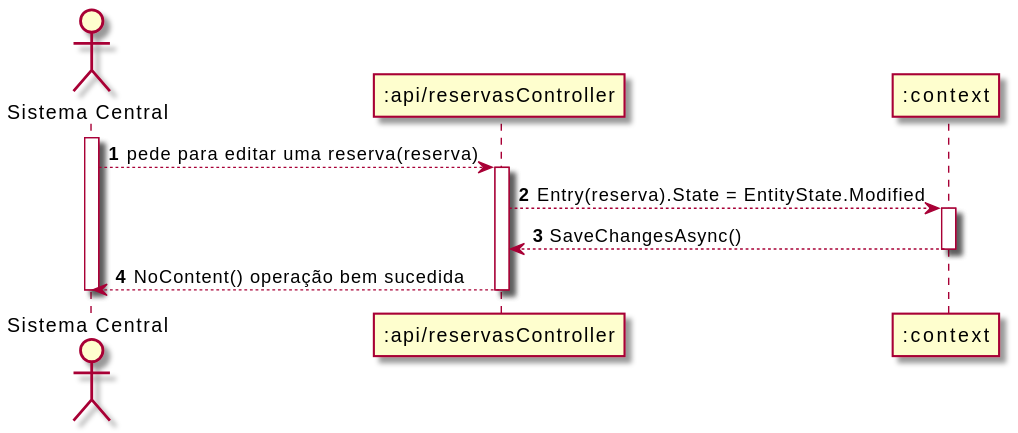
Before: Documentos/Sprint2/UC4/UC4-SD.svg, a diagram exported from PlantUML (UPskillDOTNET/Jakim-das-Coives-S.A.).
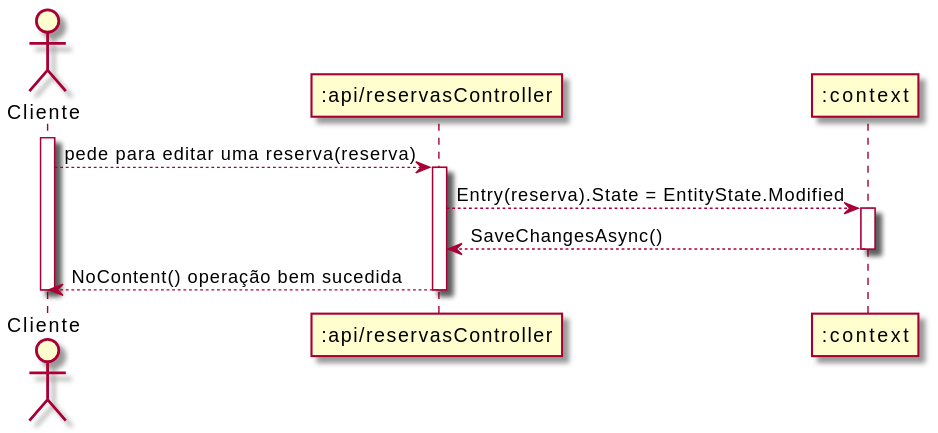
After the change.

Diff of the diagram source:
```diff
@@ -1,11 +1,10 @@
 @startuml
-autonumber
-    actor "Sistema Central" as SC
+actor "Cliente" as CL
     participant ":api/reservasController" as RC
     participant ":context" as C
 
-    activate SC
-    SC --> RC : pede para editar uma reserva(reserva)
+    activate CL
+    CL --> RC : pede para editar uma reserva(reserva)
     activate RC
 
     RC --> C : Entry(reserva).State = EntityState.Modified
@@ -14,7 +13,7 @@
     C --> RC : SaveChangesAsync()
     deactivate C
 
-    RC --> SC: NoContent() operação bem sucedida
+    RC --> CL: NoContent() operação bem sucedida
     deactivate RC
-    deactivate SC
+    deactivate CL
 @enduml
```
